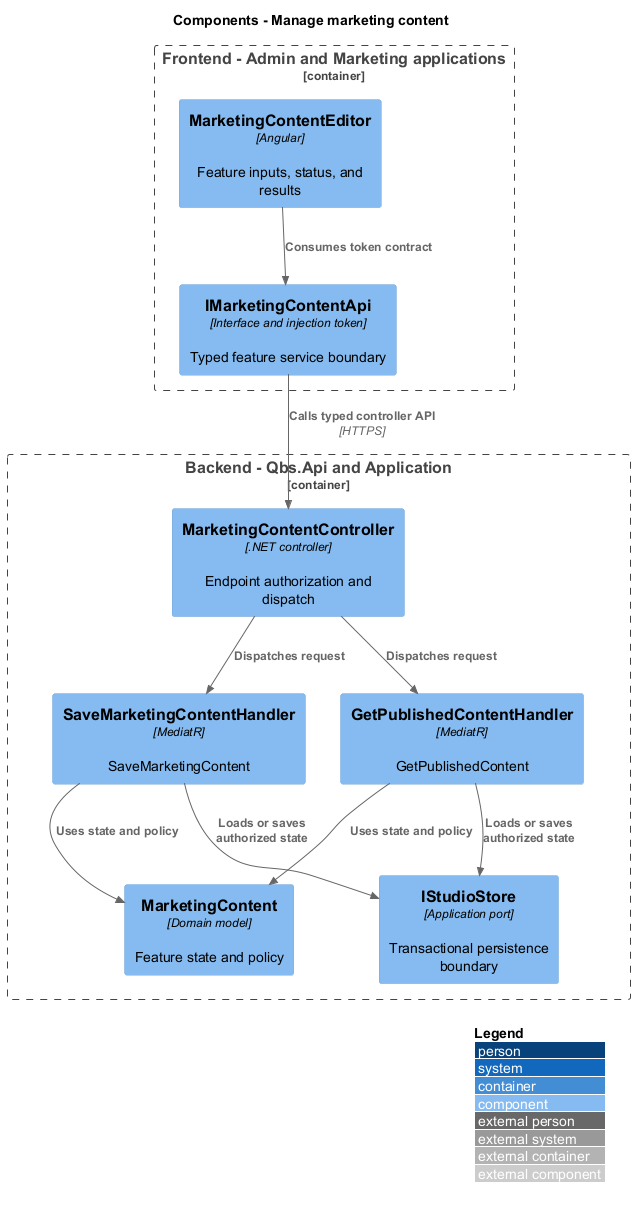
This is docs/detailed-designs/public-presentation/manage-marketing-content/diagrams/c4-component.png from QuinntyneBrown/quinntyne-brown-studio, a PlantUML export, as it was before one commit.
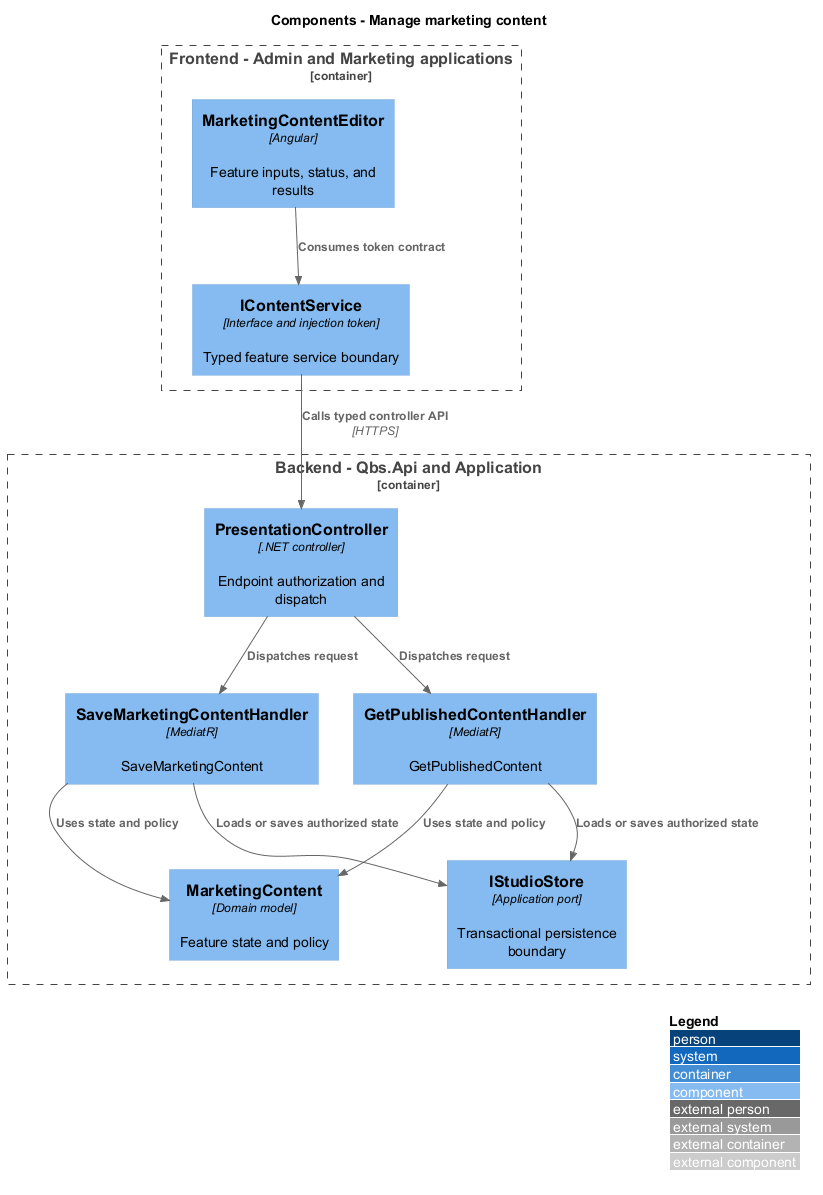
After the commit.

What changed in the source:
```diff
@@ -4,10 +4,10 @@
 title Components - Manage marketing content
 Container_Boundary(frontend, "Frontend - Admin and Marketing applications") {
  Component(page, "MarketingContentEditor", "Angular", "Feature inputs, status, and results")
- Component(client, "IMarketingContentApi", "Interface and injection token", "Typed feature service boundary")
+ Component(client, "IContentService", "Interface and injection token", "Typed feature service boundary")
 }
 Container_Boundary(api, "Backend - Qbs.Api and Application") {
- Component(ctrl, "MarketingContentController", ".NET controller", "Endpoint authorization and dispatch")
+ Component(ctrl, "PresentationController", ".NET controller", "Endpoint authorization and dispatch")
  Component(handler0, "SaveMarketingContentHandler", "MediatR", "SaveMarketingContent")
  Component(handler1, "GetPublishedContentHandler", "MediatR", "GetPublishedContent")
  Component(entity, "MarketingContent", "Domain model", "Feature state and policy")
```
